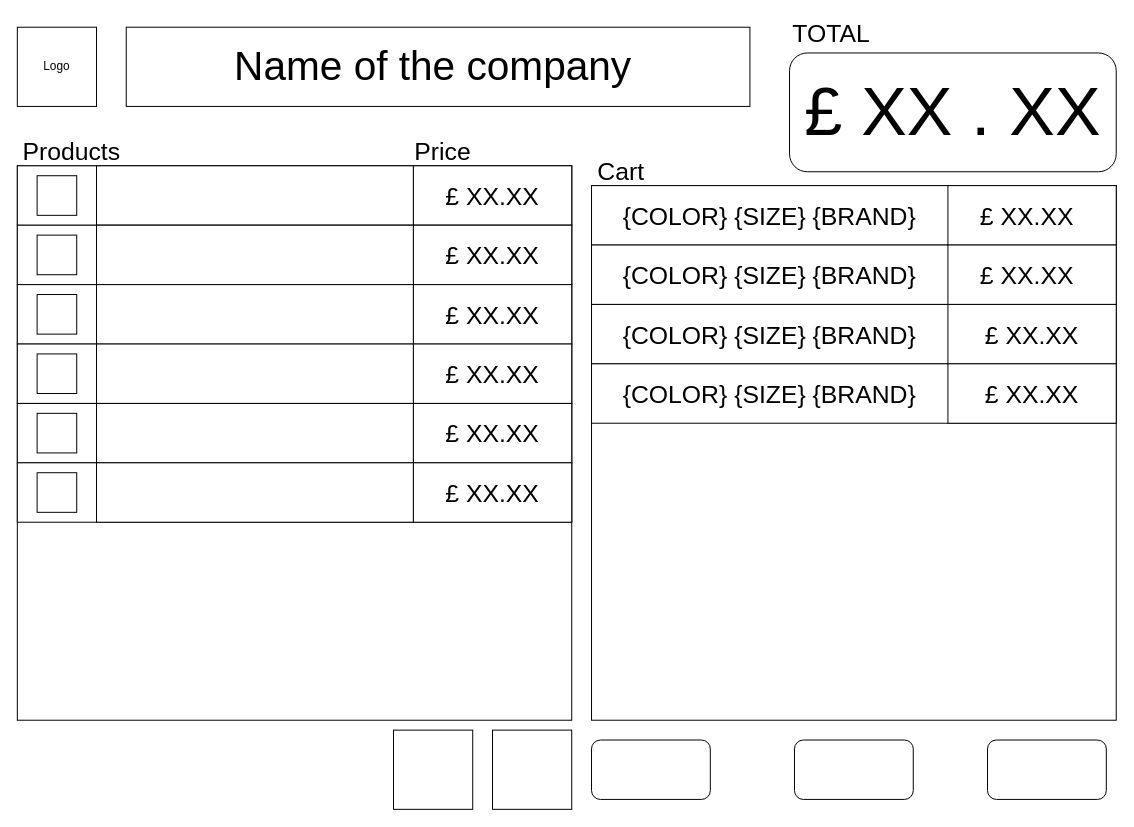
This is SE Product selector.drawio.xml from WillTheDeveloper/drawio, a draw.io file, before an edit. Source tidied: cells renumbered, new cells numbered last; positions are measured from the earlier drawing's top-left corner, leaving out a move shared by most shapes. Both pictures are drawn from the tidied source at 99%, with x=0, y=0 at pixel (17, 17).
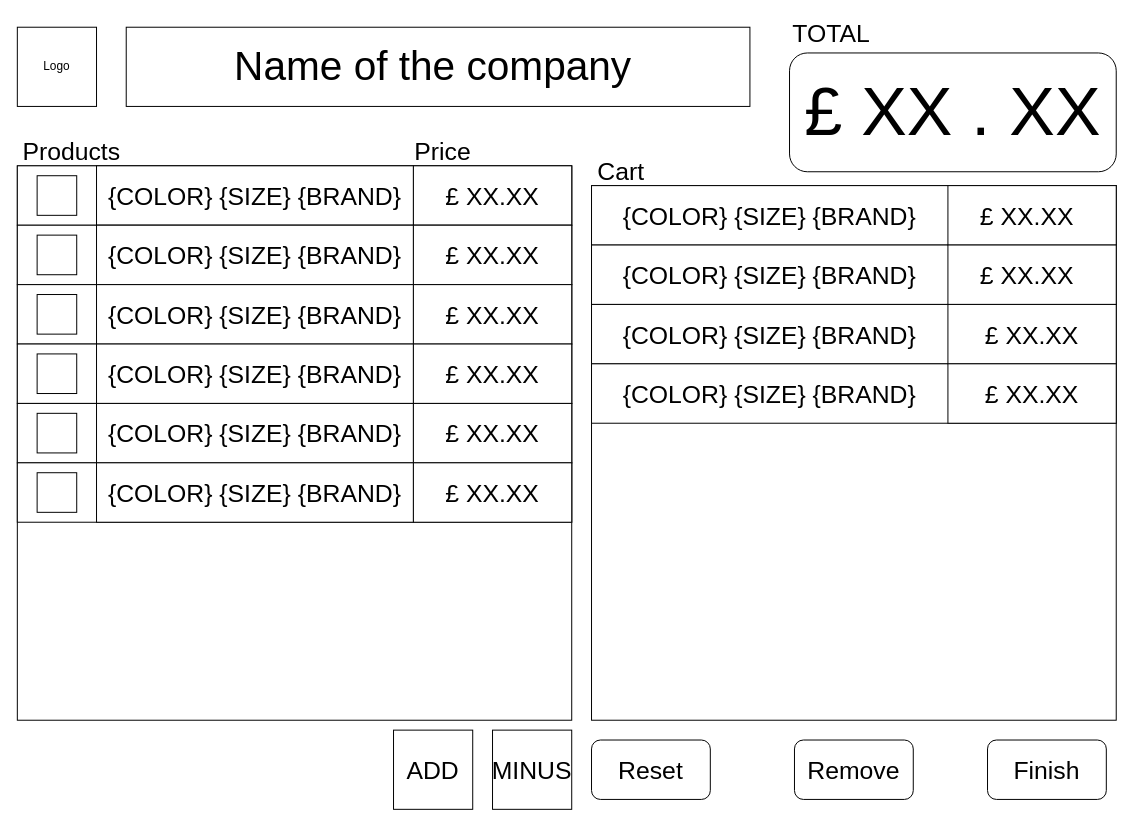
Above is the later version.

Commit message:
Added labels to products

Change to the diagram source:
```diff
@@
+    <mxCell id="65" value="{COLOR} {SIZE} {BRAND}" style="text;html=1;strokeColor=none;fillColor=none;align=center;verticalAlign=middle;whiteSpace=wrap;rounded=0;fontSize=25;" parent="1" vertex="1">
+      <mxGeometry x="70" y="165" width="340" height="30" as="geometry" />
+    </mxCell>
+    <mxCell id="66" value="{COLOR} {SIZE} {BRAND}" style="text;html=1;strokeColor=none;fillColor=none;align=center;verticalAlign=middle;whiteSpace=wrap;rounded=0;fontSize=25;" parent="1" vertex="1">
+      <mxGeometry x="70" y="225" width="340" height="30" as="geometry" />
+    </mxCell>
+    <mxCell id="67" value="{COLOR} {SIZE} {BRAND}" style="text;html=1;strokeColor=none;fillColor=none;align=center;verticalAlign=middle;whiteSpace=wrap;rounded=0;fontSize=25;" parent="1" vertex="1">
+      <mxGeometry x="70" y="285" width="340" height="30" as="geometry" />
+    </mxCell>
+    <mxCell id="68" value="{COLOR} {SIZE} {BRAND}" style="text;html=1;strokeColor=none;fillColor=none;align=center;verticalAlign=middle;whiteSpace=wrap;rounded=0;fontSize=25;" parent="1" vertex="1">
+      <mxGeometry x="70" y="345" width="340" height="30" as="geometry" />
+    </mxCell>
+    <mxCell id="69" value="{COLOR} {SIZE} {BRAND}" style="text;html=1;strokeColor=none;fillColor=none;align=center;verticalAlign=middle;whiteSpace=wrap;rounded=0;fontSize=25;" parent="1" vertex="1">
+      <mxGeometry x="70" y="404" width="340" height="30" as="geometry" />
+    </mxCell>
+    <mxCell id="70" value="{COLOR} {SIZE} {BRAND}" style="text;html=1;strokeColor=none;fillColor=none;align=center;verticalAlign=middle;whiteSpace=wrap;rounded=0;fontSize=25;" parent="1" vertex="1">
+      <mxGeometry x="70" y="465" width="340" height="30" as="geometry" />
+    </mxCell>
+    <mxCell id="71" value="ADD" style="text;html=1;strokeColor=none;fillColor=none;align=center;verticalAlign=middle;whiteSpace=wrap;rounded=0;fontSize=25;" parent="1" vertex="1">
+      <mxGeometry x="390" y="745" width="60" height="30" as="geometry" />
+    </mxCell>
+    <mxCell id="72" value="MINUS" style="text;html=1;strokeColor=none;fillColor=none;align=center;verticalAlign=middle;whiteSpace=wrap;rounded=0;fontSize=25;" parent="1" vertex="1">
+      <mxGeometry x="490" y="745" width="60" height="30" as="geometry" />
+    </mxCell>
+    <mxCell id="73" value="Reset" style="text;html=1;strokeColor=none;fillColor=none;align=center;verticalAlign=middle;whiteSpace=wrap;rounded=0;fontSize=25;" parent="1" vertex="1">
+      <mxGeometry x="610" y="745" width="60" height="30" as="geometry" />
+    </mxCell>
+    <mxCell id="74" value="Remove" style="text;html=1;strokeColor=none;fillColor=none;align=center;verticalAlign=middle;whiteSpace=wrap;rounded=0;fontSize=25;" parent="1" vertex="1">
+      <mxGeometry x="815" y="745" width="60" height="30" as="geometry" />
+    </mxCell>
+    <mxCell id="75" value="Finish" style="text;html=1;strokeColor=none;fillColor=none;align=center;verticalAlign=middle;whiteSpace=wrap;rounded=0;fontSize=25;" parent="1" vertex="1">
+      <mxGeometry x="1010" y="745" width="60" height="30" as="geometry" />
+    </mxCell>
```
